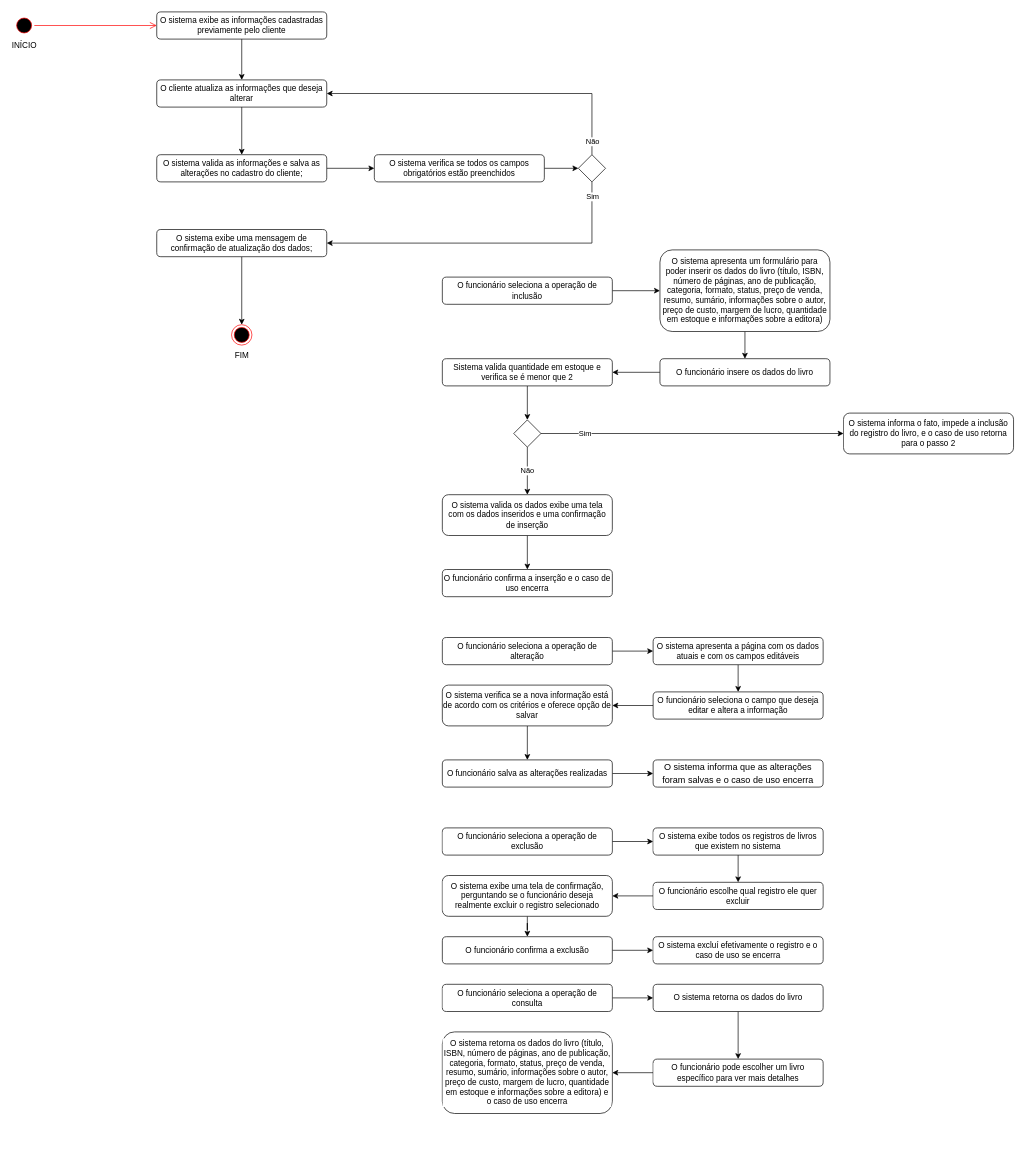
d4vwdi/engenharia-software keeps this draw.io diagram as Diagramas de atividade/Caso de uso 05.drawio. Above is the earlier version. Source tidied: cells renumbered, new cells numbered last; positions are measured from the earlier drawing's top-left corner, leaving out a move shared by most shapes. Both pictures are drawn from the tidied source at 68%, with x=0, y=0 at pixel (14, 12).
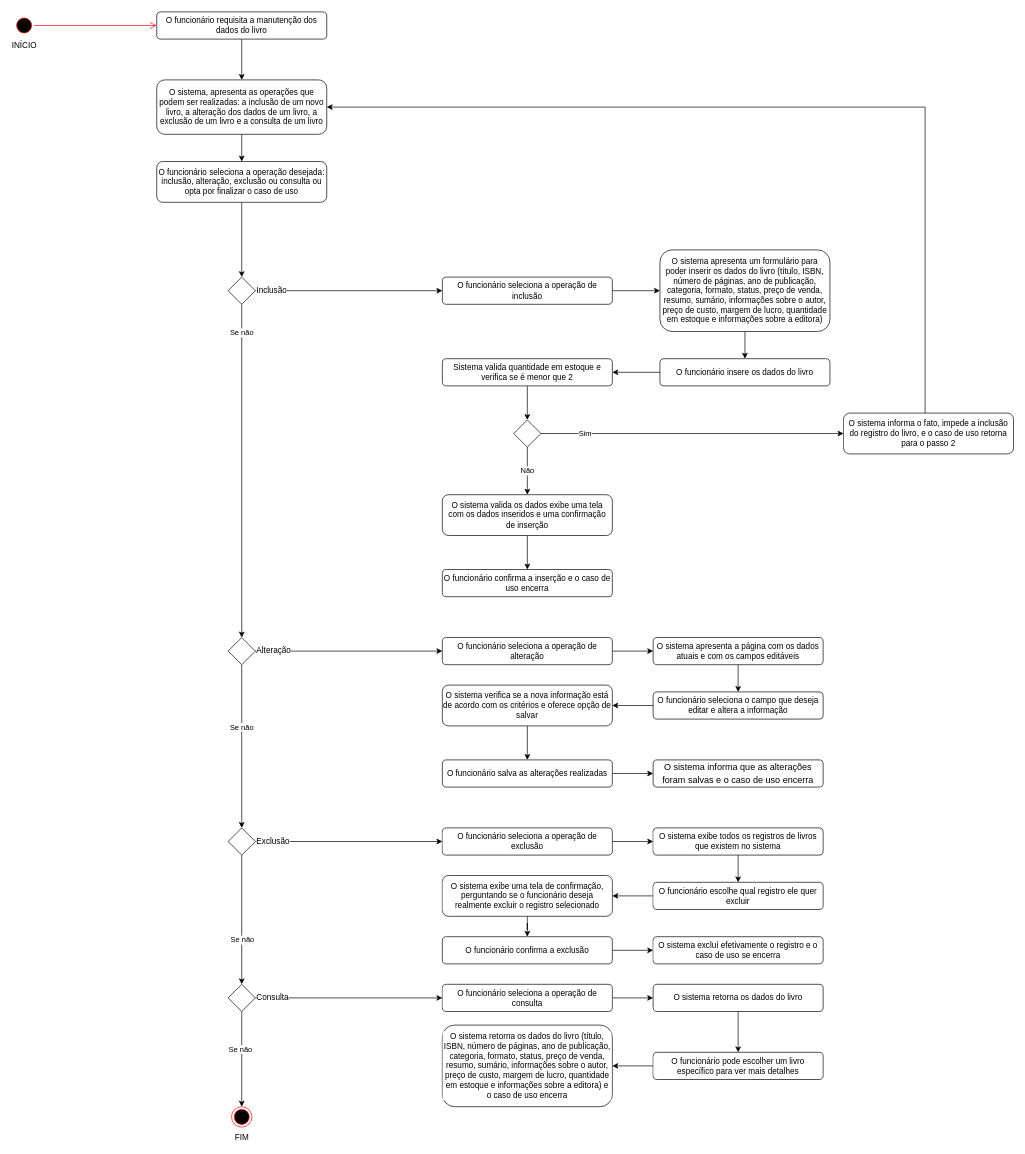
The same diagram, later.

Unchanged cells that the change refers to:
```xml
<mxCell id="12" value="O funcionário seleciona a operação de inclusão" style="rounded=1;whiteSpace=wrap;html=1;verticalAlign=middle;align=center;" parent="1" vertex="1">
  <mxGeometry x="630" y="390" width="250" height="40" as="geometry" />
</mxCell>
<mxCell id="21" value="O funcionário seleciona a operação de alteração" style="rounded=1;whiteSpace=wrap;html=1;verticalAlign=middle;align=center;" parent="1" vertex="1">
  <mxGeometry x="630" y="920" width="250" height="40" as="geometry" />
</mxCell>
<mxCell id="32" value="O funcionário seleciona a operação de exclusão" style="rounded=1;whiteSpace=wrap;html=1;verticalAlign=middle;labelBackgroundColor=default;align=center;" parent="1" vertex="1">
  <mxGeometry x="630" y="1200" width="250" height="40" as="geometry" />
</mxCell>
<mxCell id="43" value="O funcionário seleciona a operação de consulta" style="rounded=1;whiteSpace=wrap;html=1;labelBackgroundColor=default;" parent="1" vertex="1">
  <mxGeometry x="630" y="1430" width="250" height="40" as="geometry" />
</mxCell>
<mxCell id="45" value="O sistema retorna os dados do livro" style="whiteSpace=wrap;html=1;rounded=1;labelBackgroundColor=default;" parent="1" vertex="1">
  <mxGeometry x="940" y="1430" width="250" height="40" as="geometry" />
</mxCell>
<mxCell id="54" value="O sistema informa o fato, impede a inclusão do registro do livro, e o caso de uso retorna para o passo 2" style="rounded=1;whiteSpace=wrap;html=1;labelBackgroundColor=default;" parent="1" vertex="1">
  <mxGeometry x="1220" y="590" width="250" height="60" as="geometry" />
</mxCell>
```

Diff of the diagram source:
```diff
@@
-    <mxCell id="5" value="O sistema exibe as informações cadastradas previamente pelo cliente" style="rounded=1;whiteSpace=wrap;html=1;verticalAlign=middle;align=center;" parent="1" vertex="1">
+    <mxCell id="5" value="O funcionário requisita a manutenção dos dados do livro" style="rounded=1;whiteSpace=wrap;html=1;verticalAlign=middle;align=center;" parent="1" vertex="1">
       <mxGeometry x="210" width="250" height="40" as="geometry" />
     </mxCell>
-    <mxCell id="6" style="edgeStyle=orthogonalEdgeStyle;rounded=0;jettySize=auto;html=1;" parent="1" edge="1" source="7" target="58">
-      <mxGeometry relative="1" as="geometry" />
-    </mxCell>
+    <mxCell id="64" style="edgeStyle=orthogonalEdgeStyle;rounded=0;jettySize=auto;html=1;" parent="1" edge="1" source="7" target="76">
+      <mxGeometry relative="1" as="geometry" />
+    </mxCell>
-    <mxCell id="7" value="O sistema valida as informações e salva as alterações no cadastro do cliente;" style="rounded=1;whiteSpace=wrap;html=1;verticalAlign=middle;align=center;" parent="1" vertex="1">
-      <mxGeometry x="210" y="210" width="250" height="40" as="geometry" />
+    <mxCell id="7" value="O funcionário seleciona a operação desejada: inclusão, alteração, exclusão ou consulta ou opta por finalizar o caso de uso" style="rounded=1;whiteSpace=wrap;html=1;verticalAlign=middle;align=center;" parent="1" vertex="1">
+      <mxGeometry x="210" y="220" width="250" height="60" as="geometry" />
     </mxCell>
     <mxCell id="8" value="&lt;div&gt;FIM&lt;/div&gt;" style="ellipse;html=1;shape=endState;fillColor=#000000;strokeColor=#ff0000;align=center;verticalAlign=middle;labelPosition=center;verticalLabelPosition=bottom;" parent="1" vertex="1">
-      <mxGeometry x="320" y="460" width="30" height="30" as="geometry" />
+      <mxGeometry x="320" y="1610" width="30" height="30" as="geometry" />
     </mxCell>
@@
-    <mxCell id="10" value="O cliente atualiza as informações que deseja alterar" style="rounded=1;whiteSpace=wrap;html=1;verticalAlign=middle;align=center;" parent="1" vertex="1">
-      <mxGeometry x="210" y="100" width="250" height="40" as="geometry" />
+    <mxCell id="10" value="O sistema, apresenta as operações que podem ser realizadas: a inclusão de um novo livro, a alteração dos dados de um livro, a exclusão de um livro e a consulta de um livro" style="rounded=1;whiteSpace=wrap;html=1;verticalAlign=middle;align=center;" parent="1" vertex="1">
+      <mxGeometry x="210" y="100" width="250" height="80" as="geometry" />
     </mxCell>
@@
+    <mxCell id="65" style="edgeStyle=orthogonalEdgeStyle;rounded=0;jettySize=auto;html=1;" parent="1" edge="1" source="68" target="21">
+      <mxGeometry relative="1" as="geometry" />
+    </mxCell>
+    <mxCell id="66" style="edgeStyle=orthogonalEdgeStyle;rounded=0;jettySize=auto;html=1;" parent="1" edge="1" source="68" target="80">
+      <mxGeometry relative="1" as="geometry" />
+    </mxCell>
+    <mxCell id="67" value="Se não" style="edgeLabel;html=1;align=center;verticalAlign=middle;" parent="66" vertex="1">
+      <mxGeometry x="-0.24" y="-1" relative="1" as="geometry" />
+    </mxCell>
+    <mxCell id="68" value="Alteração" style="rhombus;whiteSpace=wrap;html=1;labelPosition=right;verticalLabelPosition=middle;align=left;verticalAlign=middle;labelBackgroundColor=default;" parent="1" vertex="1">
+      <mxGeometry x="315" y="920" width="40" height="40" as="geometry" />
+    </mxCell>
@@
+    <mxCell id="69" style="edgeStyle=orthogonalEdgeStyle;rounded=0;jettySize=auto;html=1;" parent="1" edge="1" source="72" target="43">
+      <mxGeometry relative="1" as="geometry" />
+    </mxCell>
+    <mxCell id="70" style="edgeStyle=orthogonalEdgeStyle;rounded=0;jettySize=auto;html=1;" parent="1" edge="1" source="72" target="8">
+      <mxGeometry relative="1" as="geometry" />
+    </mxCell>
+    <mxCell id="71" value="Se não" style="edgeLabel;html=1;align=center;verticalAlign=middle;" parent="70" vertex="1">
+      <mxGeometry x="-0.21" y="-3" relative="1" as="geometry" />
+    </mxCell>
+    <mxCell id="72" value="Consulta" style="rhombus;whiteSpace=wrap;html=1;labelPosition=right;verticalLabelPosition=middle;align=left;verticalAlign=middle;labelBackgroundColor=default;" parent="1" vertex="1">
+      <mxGeometry x="315" y="1430" width="40" height="40" as="geometry" />
+    </mxCell>
-    <mxCell id="42" style="edgeStyle=orthogonalEdgeStyle;rounded=0;jettySize=auto;html=1;entryX=0;entryY=0.5;entryDx=0;entryDy=0;" parent="1" edge="1" source="43" target="45">
+    <mxCell id="42" style="edgeStyle=orthogonalEdgeStyle;rounded=0;jettySize=auto;html=1;" parent="1" edge="1" source="43" target="45">
       <mxGeometry relative="1" as="geometry" />
     </mxCell>
@@
-    <mxCell id="44" style="edgeStyle=orthogonalEdgeStyle;rounded=0;jettySize=auto;html=1;entryX=0.5;entryY=0;entryDx=0;entryDy=0;" parent="1" edge="1" source="45" target="47">
+    <mxCell id="44" style="edgeStyle=orthogonalEdgeStyle;rounded=0;jettySize=auto;html=1;" parent="1" edge="1" source="45" target="47">
       <mxGeometry relative="1" as="geometry" />
     </mxCell>
@@
     <mxCell id="47" value="O funcionário pode escolher um livro específico para ver mais detalhes" style="whiteSpace=wrap;html=1;rounded=1;labelBackgroundColor=default;" parent="1" vertex="1">
-      <mxGeometry x="940" y="1540" width="250" height="40" as="geometry" />
+      <mxGeometry x="940" y="1530" width="250" height="40" as="geometry" />
     </mxCell>
     <mxCell id="48" value="O sistema retorna os dados do livro (título, ISBN, número de páginas, ano de publicação, categoria, formato, status, preço de venda, resumo, sumário, informações sobre o autor, preço de custo, margem de lucro, quantidade em estoque e informações sobre a editora) e o caso de uso encerra" style="whiteSpace=wrap;html=1;rounded=1;labelBackgroundColor=default;fontSize=12;" parent="1" vertex="1">
-      <mxGeometry x="630" y="1500" width="250" height="120" as="geometry" />
+      <mxGeometry x="630" y="1490" width="250" height="120" as="geometry" />
     </mxCell>
@@
+    <mxCell id="73" style="edgeStyle=orthogonalEdgeStyle;rounded=0;jettySize=auto;html=1;entryX=1;entryY=0.5;entryDx=0;entryDy=0;" parent="1" edge="1" source="54" target="10">
+      <mxGeometry relative="1" as="geometry">
+        <Array as="points">
+          <mxPoint x="1340" y="140" />
+        </Array>
+      </mxGeometry>
+    </mxCell>
@@
-    <mxCell id="55" style="edgeStyle=orthogonalEdgeStyle;rounded=0;jettySize=auto;html=1;" parent="1" edge="1" source="56" target="8">
-      <mxGeometry relative="1" as="geometry" />
-    </mxCell>
-    <mxCell id="56" value="O sistema exibe uma mensagem de confirmação de atualização dos dados;" style="whiteSpace=wrap;html=1;rounded=1;" parent="1" vertex="1">
-      <mxGeometry x="210" y="320" width="250" height="40" as="geometry" />
-    </mxCell>
-    <mxCell id="57" style="edgeStyle=orthogonalEdgeStyle;rounded=0;jettySize=auto;html=1;entryX=0;entryY=0.5;entryDx=0;entryDy=0;" parent="1" edge="1" source="58" target="63">
-      <mxGeometry relative="1" as="geometry" />
-    </mxCell>
-    <mxCell id="58" value="O sistema verifica se todos os campos obrigatórios estão preenchidos" style="whiteSpace=wrap;html=1;rounded=1;" parent="1" vertex="1">
-      <mxGeometry x="530" y="210" width="250" height="40" as="geometry" />
-    </mxCell>
-    <mxCell id="59" style="edgeStyle=orthogonalEdgeStyle;rounded=0;jettySize=auto;html=1;entryX=1;entryY=0.5;entryDx=0;entryDy=0;labelPosition=center;verticalLabelPosition=bottom;align=center;verticalAlign=top;" parent="1" edge="1" source="63" target="10">
-      <mxGeometry relative="1" as="geometry">
-        <Array as="points">
-          <mxPoint x="850" y="120" />
-        </Array>
-      </mxGeometry>
-    </mxCell>
-    <mxCell id="60" value="Não" style="edgeLabel;html=1;align=center;verticalAlign=middle;" parent="59" vertex="1">
-      <mxGeometry x="-0.73" y="-3" relative="1" as="geometry">
-        <mxPoint x="-3" y="45" as="offset" />
-      </mxGeometry>
-    </mxCell>
-    <mxCell id="61" style="edgeStyle=orthogonalEdgeStyle;rounded=0;jettySize=auto;html=1;entryX=1;entryY=0.5;entryDx=0;entryDy=0;" parent="1" edge="1" source="63" target="56">
-      <mxGeometry relative="1" as="geometry">
-        <Array as="points">
-          <mxPoint x="850" y="340" />
-        </Array>
-      </mxGeometry>
-    </mxCell>
-    <mxCell id="62" value="Sim" style="edgeLabel;html=1;align=center;verticalAlign=middle;" parent="61" vertex="1">
-      <mxGeometry x="-0.85" relative="1" as="geometry">
-        <mxPoint y="-15" as="offset" />
-      </mxGeometry>
-    </mxCell>
-    <mxCell id="63" style="rhombus;whiteSpace=wrap;html=1;" parent="1" vertex="1">
-      <mxGeometry x="830" y="210" width="40" height="40" as="geometry" />
-    </mxCell>
+    <mxCell id="74" style="edgeStyle=orthogonalEdgeStyle;rounded=0;jettySize=auto;html=1;" parent="1" edge="1" source="76" target="12">
+      <mxGeometry relative="1" as="geometry" />
+    </mxCell>
+    <mxCell id="75" value="Se não" style="edgeStyle=orthogonalEdgeStyle;rounded=0;jettySize=auto;html=1;" parent="1" edge="1" source="76" target="68">
+      <mxGeometry x="-0.83" relative="1" as="geometry" />
+    </mxCell>
+    <mxCell id="76" value="Inclusão" style="rhombus;whiteSpace=wrap;html=1;labelPosition=right;verticalLabelPosition=middle;align=left;verticalAlign=middle;labelBackgroundColor=default;" parent="1" vertex="1">
+      <mxGeometry x="315" y="390" width="40" height="40" as="geometry" />
+    </mxCell>
+    <mxCell id="77" style="edgeStyle=orthogonalEdgeStyle;rounded=0;jettySize=auto;html=1;" parent="1" edge="1" source="80" target="32">
+      <mxGeometry relative="1" as="geometry" />
+    </mxCell>
+    <mxCell id="78" style="edgeStyle=orthogonalEdgeStyle;rounded=0;jettySize=auto;html=1;" parent="1" edge="1" source="80" target="72">
+      <mxGeometry relative="1" as="geometry" />
+    </mxCell>
+    <mxCell id="79" value="Se não" style="edgeLabel;html=1;align=center;verticalAlign=middle;" parent="78" vertex="1">
+      <mxGeometry x="0.31" relative="1" as="geometry" />
+    </mxCell>
+    <mxCell id="80" value="Exclusão" style="rhombus;whiteSpace=wrap;html=1;labelPosition=right;verticalLabelPosition=middle;align=left;verticalAlign=middle;labelBackgroundColor=default;" parent="1" vertex="1">
+      <mxGeometry x="315" y="1200" width="40" height="40" as="geometry" />
+    </mxCell>
```
